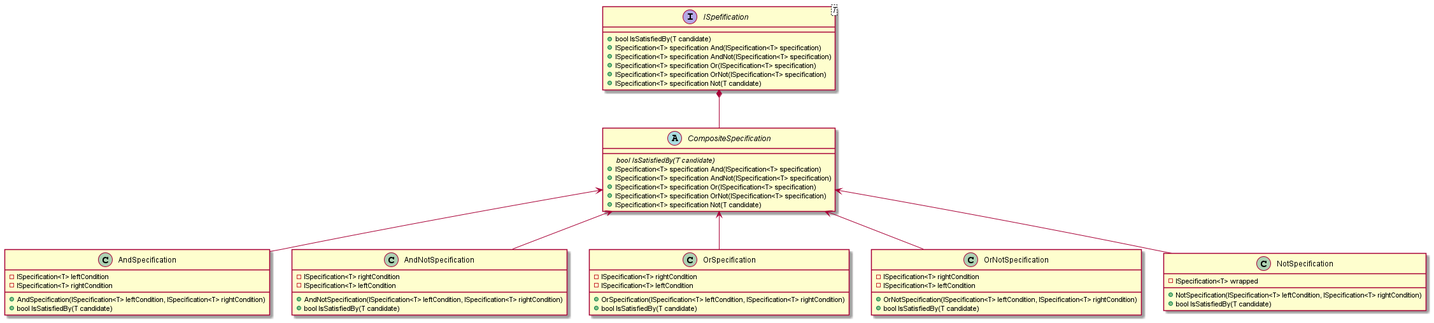
The PlantUML diagram .asserts/specification-pattern.png in optsoldev/components-specification-package, before a commit.
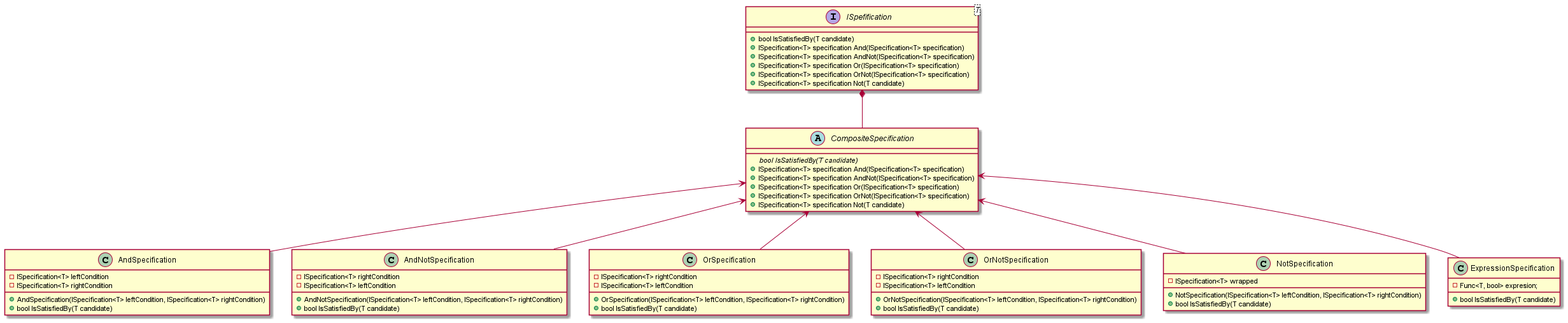
The same file after the commit.

Commit message:
ajustando  diagrama

Diff of the diagram source:
```diff
@@ -54,10 +54,16 @@
     + bool IsSatisfiedBy(T candidate)
 }
 
+class ExpressionSpecification {
+    - Func<T, bool> expresion;
+    + bool IsSatisfiedBy(T candidate)
+}
+
 CompositeSpecification <-- AndSpecification
 CompositeSpecification <-- AndNotSpecification
 CompositeSpecification <-- OrSpecification
 CompositeSpecification <-- OrNotSpecification
 CompositeSpecification <-- NotSpecification
+CompositeSpecification <-- ExpressionSpecification
 
 @enduml
```
